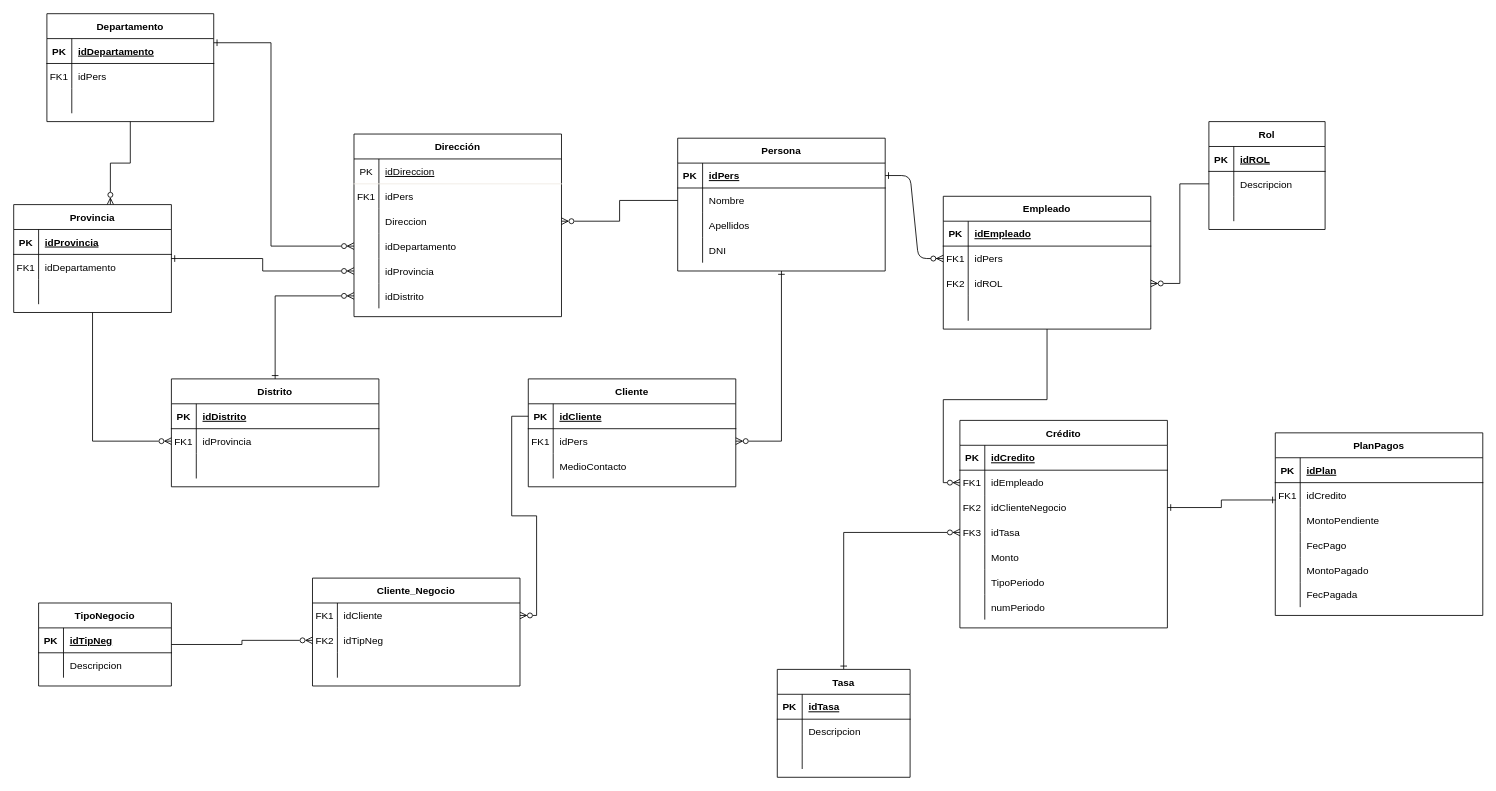
This is Diagrama-financiera.drawio from JhimyST/DAW, a draw.io file, before an edit. Source tidied: cells renumbered, new cells numbered last; positions are measured from the earlier drawing's top-left corner, leaving out a move shared by most shapes. Both pictures are drawn from the tidied source at 83%, with x=0, y=0 at pixel (13, 13).
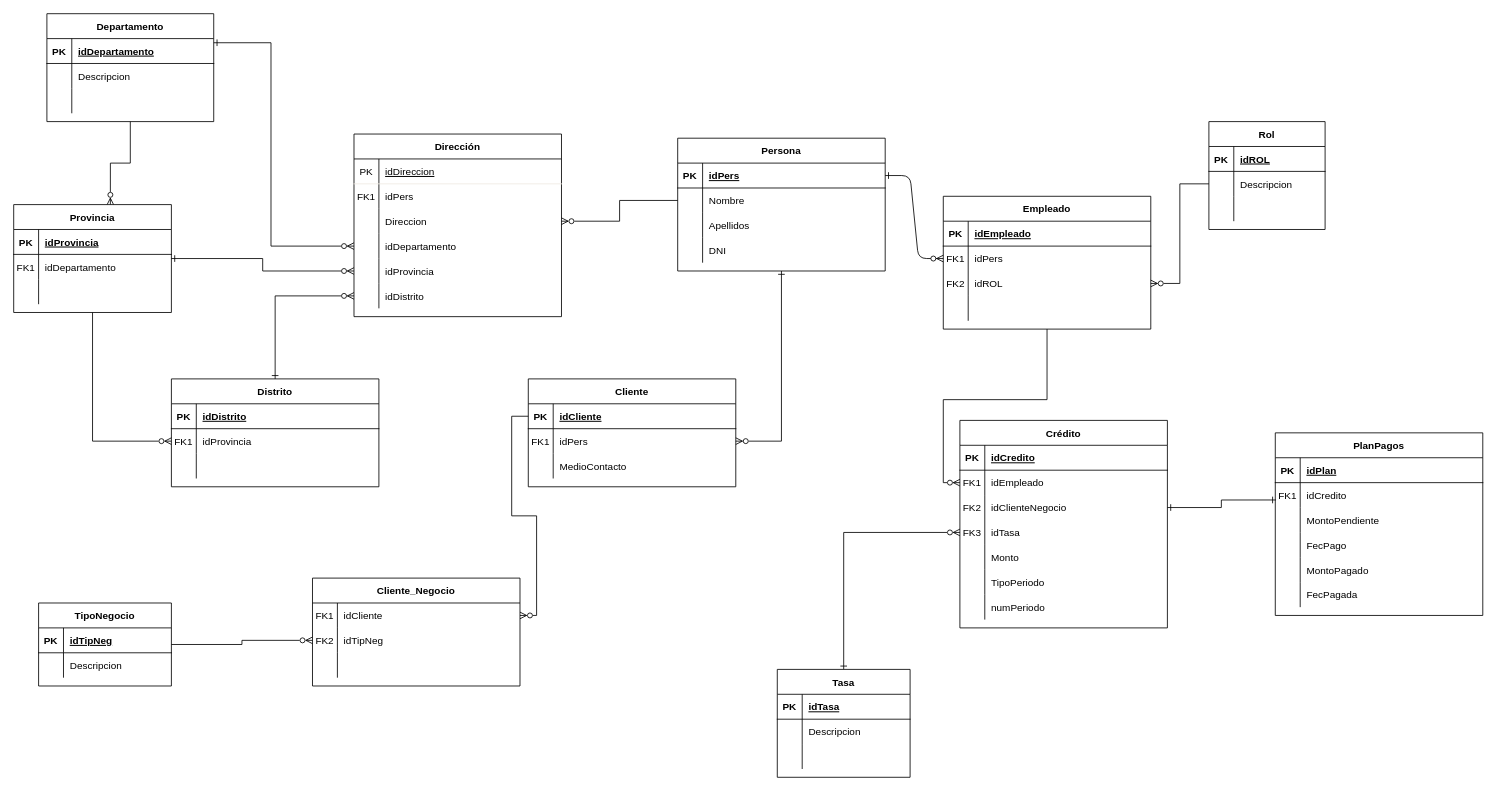
The same page after the edit.

Unchanged cells that the change refers to:
```xml
<mxCell id="47" style="shape=partialRectangle;fillColor=none;top=0;left=0;right=0;bottom=0;" parent="43" vertex="1">
  <mxGeometry y="60" width="201" height="30" as="geometry" />
</mxCell>
```

What changed in the source:
```diff
@@
-    <mxCell id="48" value="FK1" style="shape=partialRectangle;overflow=hidden;fillColor=none;top=0;left=0;bottom=0;right=0;" parent="47" vertex="1">
+    <mxCell id="48" style="shape=partialRectangle;overflow=hidden;fillColor=none;top=0;left=0;bottom=0;right=0;" parent="47" vertex="1">
       <mxGeometry width="30" height="30" as="geometry" />
     </mxCell>
-    <mxCell id="49" value="idPers" style="shape=partialRectangle;overflow=hidden;fillColor=none;top=0;left=0;bottom=0;right=0;align=left;spacingLeft=6;" parent="47" vertex="1">
+    <mxCell id="49" value="Descripcion" style="shape=partialRectangle;overflow=hidden;fillColor=none;top=0;left=0;bottom=0;right=0;align=left;spacingLeft=6;" parent="47" vertex="1">
       <mxGeometry x="30" width="171" height="30" as="geometry" />
     </mxCell>
```
